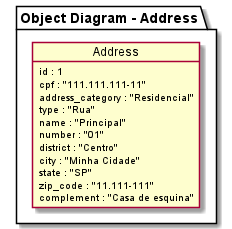
Above: modelagem/Object_Diagram.png in douglascarlos-dev/Clientes-Gestor (PlantUML), before the change.
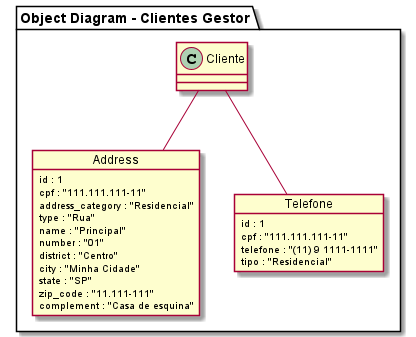
The same diagram one commit later.

Commit message:
:memo: Atualização da documentação e diagramas de UML.

The edit, as a diff of the source:
```diff
@@ -1,6 +1,9 @@
 @startuml Object Diagram
 
-package "Object Diagram - Address" {
+package "Object Diagram - Clientes Gestor" {
+
+Cliente -- Address
+Cliente -- Telefone
 
 object Address {
   id : 1
@@ -16,4 +19,11 @@
   complement : "Casa de esquina"
 }
 
+object Telefone {
+  id : 1
+  cpf : "111.111.111-11"
+  telefone : "(11) 9 1111-1111"
+  tipo : "Residencial"
+}
+
 @enduml
```
